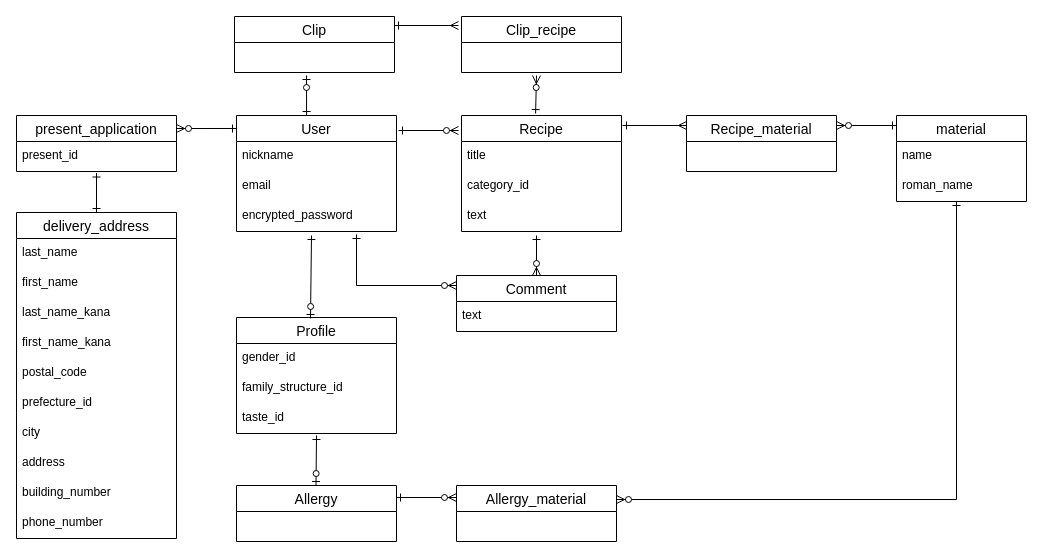
Before: ER.dio in leo-note/leo-recipe, a draw.io diagram. Source tidied: cells renumbered, new cells numbered last; positions are measured from the earlier drawing's top-left corner, leaving out a move shared by most shapes. Both pictures are drawn from the tidied source at 100%, with x=0, y=0 at pixel (16, 16).
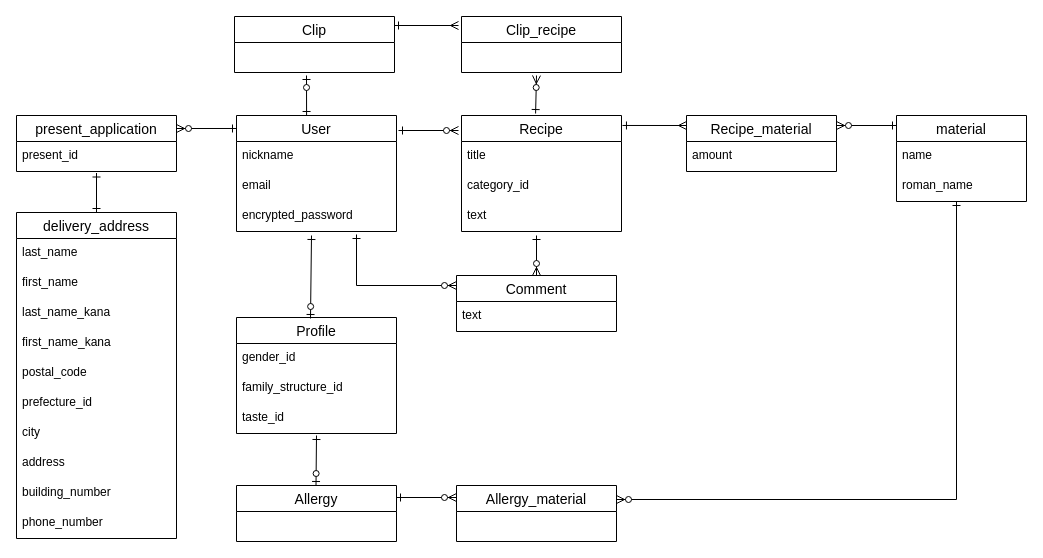
The same page after the edit.

Unchanged cells that the change refers to:
```xml
<mxCell id="18" value="Recipe_material" style="swimlane;fontStyle=0;horizontal=1;startSize=26;align=center;fontSize=14;" parent="1" vertex="1">
  <mxGeometry x="670" y="99" width="150" height="56" as="geometry" />
</mxCell>
```

The edit, as a diff of the source:
```diff
@@
+    <mxCell id="52" value="amount" style="text;strokeColor=none;fillColor=none;spacingLeft=4;spacingRight=4;overflow=hidden;fontSize=12;" parent="18" vertex="1">
+      <mxGeometry y="26" width="150" height="30" as="geometry" />
+    </mxCell>
```
